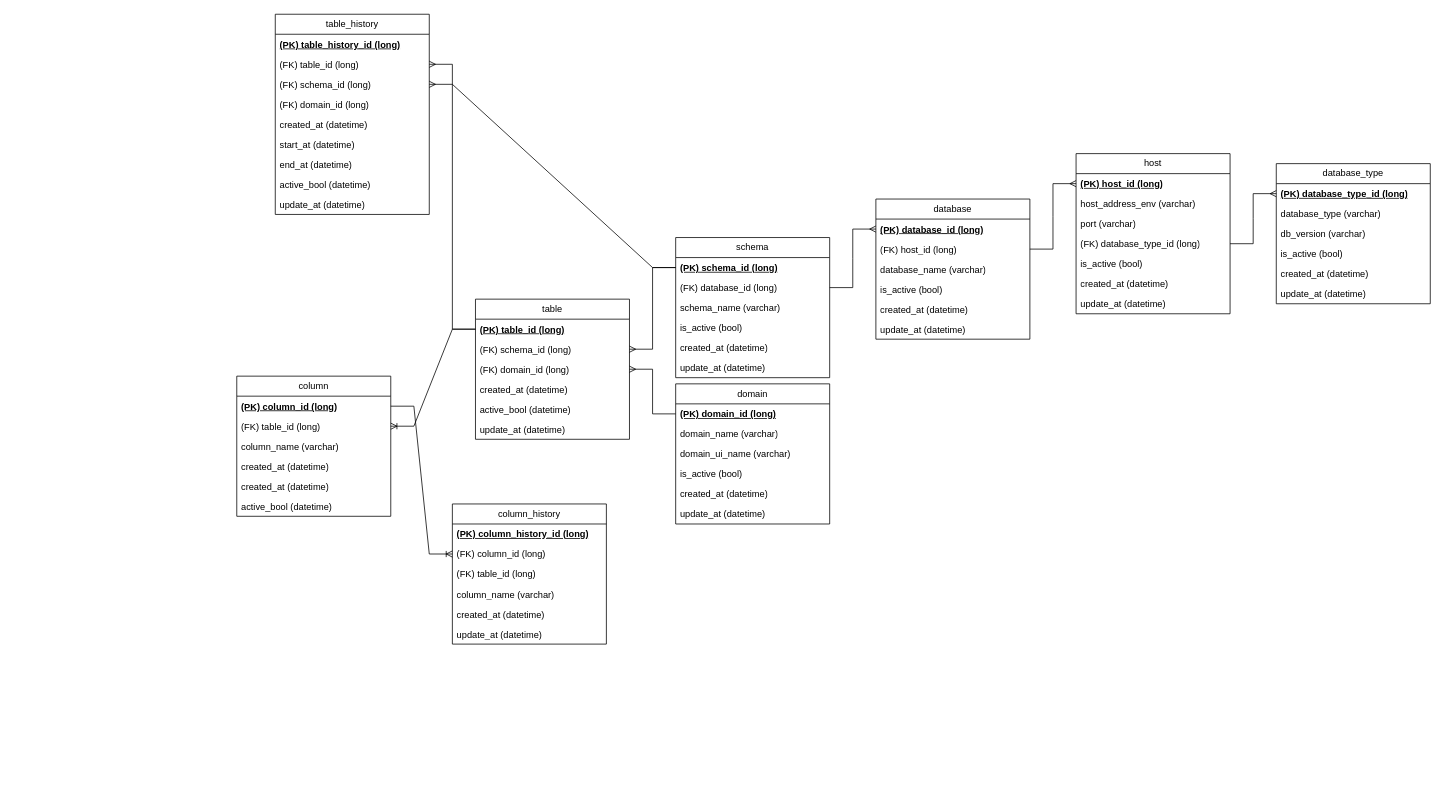
Before: page "database" (1 of 2) of diagrams/data-catalog.drawio in konstantin-suspitsyn/datacomrade, a draw.io diagram. Source tidied: cells renumbered, new cells numbered last; positions are measured from the earlier drawing's top-left corner, leaving out a move shared by most shapes. Both pictures are drawn from the tidied source at 77%, with x=0, y=0 at pixel (236, 14).
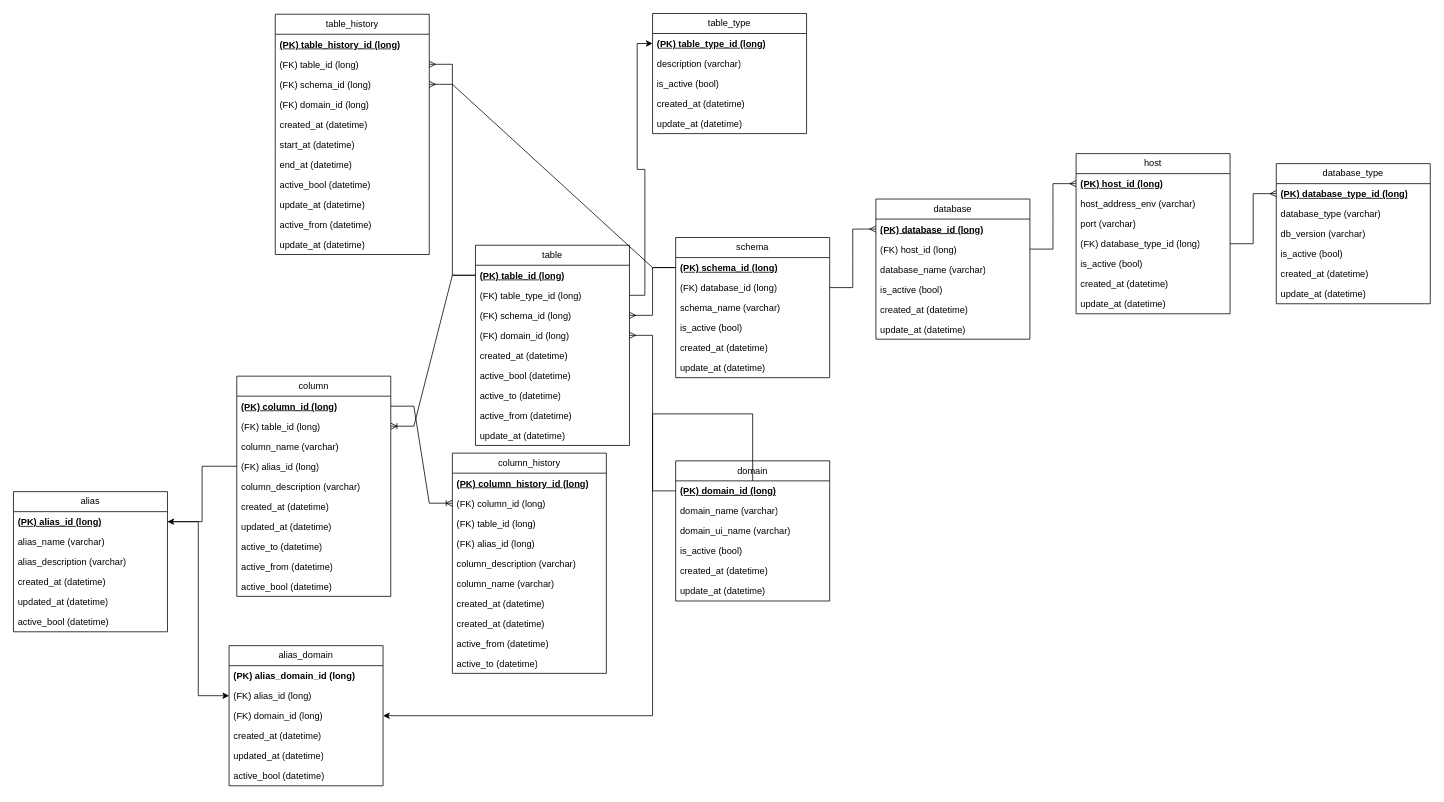
Above is the later version.

Commit message:
Updeated diagram

The change refers to these unchanged cells:
```xml
<mxCell id="3" value="&lt;span style=&quot;font-weight: 700; text-decoration-line: underline;&quot;&gt;(PK) domain_id (long)&lt;/span&gt;" style="text;strokeColor=none;fillColor=none;align=left;verticalAlign=top;spacingLeft=4;spacingRight=4;overflow=hidden;points=[[0,0.5],[1,0.5]];portConstraint=eastwest;whiteSpace=wrap;html=1;" parent="2" vertex="1">
  <mxGeometry y="26" width="200" height="26" as="geometry" />
</mxCell>
```

The edit, as a diff of the source:
```diff
@@
     <mxCell id="2" value="domain" style="swimlane;fontStyle=0;horizontal=1;startSize=26;fillColor=none;whiteSpace=wrap;html=1;" parent="1" vertex="1">
-      <mxGeometry x="570" y="480" width="200" height="182" as="geometry" />
+      <mxGeometry x="570" y="580" width="200" height="182" as="geometry" />
     </mxCell>
@@
     <mxCell id="41" value="table" style="swimlane;fontStyle=0;horizontal=1;startSize=26;fillColor=none;whiteSpace=wrap;html=1;" parent="1" vertex="1">
-      <mxGeometry x="310" y="370" width="200" height="182" as="geometry" />
+      <mxGeometry x="310" y="300" width="200" height="260" as="geometry" />
     </mxCell>
@@
+    <mxCell id="78" value="(FK) table_type_id (long)" style="text;strokeColor=none;fillColor=none;align=left;verticalAlign=top;spacingLeft=4;spacingRight=4;overflow=hidden;points=[[0,0.5],[1,0.5]];portConstraint=eastwest;whiteSpace=wrap;html=1;" parent="41" vertex="1">
+      <mxGeometry y="52" width="200" height="26" as="geometry" />
+    </mxCell>
     <mxCell id="43" value="(FK) schema_id (long)" style="text;strokeColor=none;fillColor=none;align=left;verticalAlign=top;spacingLeft=4;spacingRight=4;overflow=hidden;points=[[0,0.5],[1,0.5]];portConstraint=eastwest;whiteSpace=wrap;html=1;" parent="41" vertex="1">
-      <mxGeometry y="52" width="200" height="26" as="geometry" />
+      <mxGeometry y="78" width="200" height="26" as="geometry" />
     </mxCell>
     <mxCell id="44" value="(FK) domain_id (long)" style="text;strokeColor=none;fillColor=none;align=left;verticalAlign=top;spacingLeft=4;spacingRight=4;overflow=hidden;points=[[0,0.5],[1,0.5]];portConstraint=eastwest;whiteSpace=wrap;html=1;" parent="41" vertex="1">
-      <mxGeometry y="78" width="200" height="26" as="geometry" />
+      <mxGeometry y="104" width="200" height="26" as="geometry" />
     </mxCell>
     <mxCell id="45" value="created_at (datetime)" style="text;strokeColor=none;fillColor=none;align=left;verticalAlign=top;spacingLeft=4;spacingRight=4;overflow=hidden;whiteSpace=wrap;html=1;" parent="41" vertex="1">
-      <mxGeometry y="104" width="200" height="26" as="geometry" />
+      <mxGeometry y="130" width="200" height="26" as="geometry" />
     </mxCell>
     <mxCell id="46" value="active_bool (datetime)" style="text;strokeColor=none;fillColor=none;align=left;verticalAlign=top;spacingLeft=4;spacingRight=4;overflow=hidden;whiteSpace=wrap;html=1;" parent="41" vertex="1">
-      <mxGeometry y="130" width="200" height="26" as="geometry" />
+      <mxGeometry y="156" width="200" height="26" as="geometry" />
     </mxCell>
+    <mxCell id="79" value="active_to (datetime)" style="text;strokeColor=none;fillColor=none;align=left;verticalAlign=top;spacingLeft=4;spacingRight=4;overflow=hidden;whiteSpace=wrap;html=1;" parent="41" vertex="1">
+      <mxGeometry y="182" width="200" height="26" as="geometry" />
+    </mxCell>
+    <mxCell id="80" value="active_from (datetime)" style="text;strokeColor=none;fillColor=none;align=left;verticalAlign=top;spacingLeft=4;spacingRight=4;overflow=hidden;whiteSpace=wrap;html=1;" parent="41" vertex="1">
+      <mxGeometry y="208" width="200" height="26" as="geometry" />
+    </mxCell>
     <mxCell id="47" value="update_at (datetime)" style="text;strokeColor=none;fillColor=none;align=left;verticalAlign=top;spacingLeft=4;spacingRight=4;overflow=hidden;whiteSpace=wrap;html=1;" parent="41" vertex="1">
-      <mxGeometry y="156" width="200" height="26" as="geometry" />
+      <mxGeometry y="234" width="200" height="26" as="geometry" />
     </mxCell>
@@
     <mxCell id="49" value="table_history" style="swimlane;fontStyle=0;horizontal=1;startSize=26;fillColor=none;whiteSpace=wrap;html=1;" parent="1" vertex="1">
-      <mxGeometry x="50" width="200" height="260" as="geometry" />
+      <mxGeometry x="50" width="200" height="312" as="geometry" />
     </mxCell>
@@
+    <mxCell id="81" value="update_at (datetime)" style="text;strokeColor=none;fillColor=none;align=left;verticalAlign=top;spacingLeft=4;spacingRight=4;overflow=hidden;whiteSpace=wrap;html=1;" parent="49" vertex="1">
+      <mxGeometry y="234" width="200" height="26" as="geometry" />
+    </mxCell>
+    <mxCell id="82" value="active_from (datetime)" style="text;strokeColor=none;fillColor=none;align=left;verticalAlign=top;spacingLeft=4;spacingRight=4;overflow=hidden;whiteSpace=wrap;html=1;" parent="49" vertex="1">
+      <mxGeometry y="260" width="200" height="26" as="geometry" />
+    </mxCell>
     <mxCell id="58" value="update_at (datetime)" style="text;strokeColor=none;fillColor=none;align=left;verticalAlign=top;spacingLeft=4;spacingRight=4;overflow=hidden;whiteSpace=wrap;html=1;" parent="49" vertex="1">
-      <mxGeometry y="234" width="200" height="26" as="geometry" />
+      <mxGeometry y="286" width="200" height="26" as="geometry" />
     </mxCell>
@@
     <mxCell id="61" value="column" style="swimlane;fontStyle=0;horizontal=1;startSize=26;fillColor=none;whiteSpace=wrap;html=1;" parent="1" vertex="1">
-      <mxGeometry y="470" width="200" height="182" as="geometry" />
+      <mxGeometry y="470" width="200" height="286" as="geometry" />
     </mxCell>
@@
+    <mxCell id="83" value="column_name (varchar)" style="text;strokeColor=none;fillColor=none;align=left;verticalAlign=top;spacingLeft=4;spacingRight=4;overflow=hidden;whiteSpace=wrap;html=1;" parent="61" vertex="1">
+      <mxGeometry y="78" width="200" height="26" as="geometry" />
+    </mxCell>
-    <mxCell id="64" value="column_name (varchar)" style="text;strokeColor=none;fillColor=none;align=left;verticalAlign=top;spacingLeft=4;spacingRight=4;overflow=hidden;points=[[0,0.5],[1,0.5]];portConstraint=eastwest;whiteSpace=wrap;html=1;" parent="61" vertex="1">
-      <mxGeometry y="78" width="200" height="26" as="geometry" />
+    <mxCell id="64" value="(FK) alias_id (long)" style="text;strokeColor=none;fillColor=none;align=left;verticalAlign=top;spacingLeft=4;spacingRight=4;overflow=hidden;points=[[0,0.5],[1,0.5]];portConstraint=eastwest;whiteSpace=wrap;html=1;" parent="61" vertex="1">
+      <mxGeometry y="104" width="200" height="26" as="geometry" />
     </mxCell>
+    <mxCell id="84" value="column_description (varchar)" style="text;strokeColor=none;fillColor=none;align=left;verticalAlign=top;spacingLeft=4;spacingRight=4;overflow=hidden;whiteSpace=wrap;html=1;" parent="61" vertex="1">
+      <mxGeometry y="130" width="200" height="26" as="geometry" />
+    </mxCell>
     <mxCell id="65" value="created_at (datetime)" style="text;strokeColor=none;fillColor=none;align=left;verticalAlign=top;spacingLeft=4;spacingRight=4;overflow=hidden;whiteSpace=wrap;html=1;" parent="61" vertex="1">
-      <mxGeometry y="104" width="200" height="26" as="geometry" />
+      <mxGeometry y="156" width="200" height="26" as="geometry" />
     </mxCell>
-    <mxCell id="66" value="created_at (datetime)" style="text;strokeColor=none;fillColor=none;align=left;verticalAlign=top;spacingLeft=4;spacingRight=4;overflow=hidden;whiteSpace=wrap;html=1;" parent="61" vertex="1">
-      <mxGeometry y="130" width="200" height="26" as="geometry" />
+    <mxCell id="66" value="updated_at (datetime)" style="text;strokeColor=none;fillColor=none;align=left;verticalAlign=top;spacingLeft=4;spacingRight=4;overflow=hidden;whiteSpace=wrap;html=1;" parent="61" vertex="1">
+      <mxGeometry y="182" width="200" height="26" as="geometry" />
     </mxCell>
+    <mxCell id="85" value="active_to (datetime)" style="text;strokeColor=none;fillColor=none;align=left;verticalAlign=top;spacingLeft=4;spacingRight=4;overflow=hidden;whiteSpace=wrap;html=1;" parent="61" vertex="1">
+      <mxGeometry y="208" width="200" height="26" as="geometry" />
+    </mxCell>
+    <mxCell id="86" value="active_from (datetime)" style="text;strokeColor=none;fillColor=none;align=left;verticalAlign=top;spacingLeft=4;spacingRight=4;overflow=hidden;whiteSpace=wrap;html=1;" parent="61" vertex="1">
+      <mxGeometry y="234" width="200" height="26" as="geometry" />
+    </mxCell>
     <mxCell id="67" value="active_bool (datetime)" style="text;strokeColor=none;fillColor=none;align=left;verticalAlign=top;spacingLeft=4;spacingRight=4;overflow=hidden;whiteSpace=wrap;html=1;" parent="61" vertex="1">
-      <mxGeometry y="156" width="200" height="26" as="geometry" />
+      <mxGeometry y="260" width="200" height="26" as="geometry" />
     </mxCell>
@@
     <mxCell id="70" value="column_history" style="swimlane;fontStyle=0;horizontal=1;startSize=26;fillColor=none;whiteSpace=wrap;html=1;" parent="1" vertex="1">
-      <mxGeometry x="280" y="636" width="200" height="182" as="geometry" />
+      <mxGeometry x="280" y="570" width="200" height="286" as="geometry" />
     </mxCell>
@@
+    <mxCell id="87" value="(FK) alias_id (long)" style="text;strokeColor=none;fillColor=none;align=left;verticalAlign=top;spacingLeft=4;spacingRight=4;overflow=hidden;whiteSpace=wrap;html=1;" parent="70" vertex="1">
+      <mxGeometry y="104" width="200" height="26" as="geometry" />
+    </mxCell>
+    <mxCell id="88" value="column_description (varchar)" style="text;strokeColor=none;fillColor=none;align=left;verticalAlign=top;spacingLeft=4;spacingRight=4;overflow=hidden;whiteSpace=wrap;html=1;" parent="70" vertex="1">
+      <mxGeometry y="130" width="200" height="26" as="geometry" />
+    </mxCell>
     <mxCell id="74" value="column_name (varchar)" style="text;strokeColor=none;fillColor=none;align=left;verticalAlign=top;spacingLeft=4;spacingRight=4;overflow=hidden;whiteSpace=wrap;html=1;" parent="70" vertex="1">
-      <mxGeometry y="104" width="200" height="26" as="geometry" />
+      <mxGeometry y="156" width="200" height="26" as="geometry" />
     </mxCell>
     <mxCell id="75" value="created_at (datetime)" style="text;strokeColor=none;fillColor=none;align=left;verticalAlign=top;spacingLeft=4;spacingRight=4;overflow=hidden;whiteSpace=wrap;html=1;" parent="70" vertex="1">
-      <mxGeometry y="130" width="200" height="26" as="geometry" />
+      <mxGeometry y="182" width="200" height="26" as="geometry" />
     </mxCell>
+    <mxCell id="89" value="created_at (datetime)" style="text;strokeColor=none;fillColor=none;align=left;verticalAlign=top;spacingLeft=4;spacingRight=4;overflow=hidden;whiteSpace=wrap;html=1;" parent="70" vertex="1">
+      <mxGeometry y="208" width="200" height="26" as="geometry" />
+    </mxCell>
-    <mxCell id="76" value="update_at (datetime)" style="text;strokeColor=none;fillColor=none;align=left;verticalAlign=top;spacingLeft=4;spacingRight=4;overflow=hidden;whiteSpace=wrap;html=1;" parent="70" vertex="1">
-      <mxGeometry y="156" width="200" height="26" as="geometry" />
+    <mxCell id="76" value="active_from (datetime)" style="text;strokeColor=none;fillColor=none;align=left;verticalAlign=top;spacingLeft=4;spacingRight=4;overflow=hidden;whiteSpace=wrap;html=1;" parent="70" vertex="1">
+      <mxGeometry y="234" width="200" height="26" as="geometry" />
     </mxCell>
+    <mxCell id="90" value="active_to (datetime)" style="text;strokeColor=none;fillColor=none;align=left;verticalAlign=top;spacingLeft=4;spacingRight=4;overflow=hidden;whiteSpace=wrap;html=1;" parent="70" vertex="1">
+      <mxGeometry y="260" width="200" height="26" as="geometry" />
+    </mxCell>
@@
+    <mxCell id="91" value="alias" style="swimlane;fontStyle=0;horizontal=1;startSize=26;fillColor=none;whiteSpace=wrap;html=1;" parent="1" vertex="1">
+      <mxGeometry x="-290" y="620" width="200" height="182" as="geometry" />
+    </mxCell>
+    <mxCell id="92" value="&lt;span style=&quot;font-weight: 700; text-decoration-line: underline;&quot;&gt;(PK) alias_id (long)&lt;/span&gt;" style="text;strokeColor=none;fillColor=none;align=left;verticalAlign=top;spacingLeft=4;spacingRight=4;overflow=hidden;points=[[0,0.5],[1,0.5]];portConstraint=eastwest;whiteSpace=wrap;html=1;" parent="91" vertex="1">
+      <mxGeometry y="26" width="200" height="26" as="geometry" />
+    </mxCell>
+    <mxCell id="93" value="alias_name (varchar)" style="text;strokeColor=none;fillColor=none;align=left;verticalAlign=top;spacingLeft=4;spacingRight=4;overflow=hidden;whiteSpace=wrap;html=1;" parent="91" vertex="1">
+      <mxGeometry y="52" width="200" height="26" as="geometry" />
+    </mxCell>
+    <mxCell id="94" value="alias_description (varchar)" style="text;strokeColor=none;fillColor=none;align=left;verticalAlign=top;spacingLeft=4;spacingRight=4;overflow=hidden;whiteSpace=wrap;html=1;" parent="91" vertex="1">
+      <mxGeometry y="78" width="200" height="26" as="geometry" />
+    </mxCell>
+    <mxCell id="95" value="created_at (datetime)" style="text;strokeColor=none;fillColor=none;align=left;verticalAlign=top;spacingLeft=4;spacingRight=4;overflow=hidden;whiteSpace=wrap;html=1;" parent="91" vertex="1">
+      <mxGeometry y="104" width="200" height="26" as="geometry" />
+    </mxCell>
+    <mxCell id="96" value="updated_at (datetime)" style="text;strokeColor=none;fillColor=none;align=left;verticalAlign=top;spacingLeft=4;spacingRight=4;overflow=hidden;whiteSpace=wrap;html=1;" parent="91" vertex="1">
+      <mxGeometry y="130" width="200" height="26" as="geometry" />
+    </mxCell>
+    <mxCell id="97" value="active_bool (datetime)" style="text;strokeColor=none;fillColor=none;align=left;verticalAlign=top;spacingLeft=4;spacingRight=4;overflow=hidden;whiteSpace=wrap;html=1;" parent="91" vertex="1">
+      <mxGeometry y="156" width="200" height="26" as="geometry" />
+    </mxCell>
+    <mxCell id="98" style="edgeStyle=orthogonalEdgeStyle;rounded=0;jettySize=auto;html=1;entryX=1;entryY=0.5;entryDx=0;entryDy=0;" parent="1" edge="1" source="64" target="92">
+      <mxGeometry relative="1" as="geometry" />
+    </mxCell>
+    <mxCell id="99" value="alias_domain" style="swimlane;fontStyle=0;horizontal=1;startSize=26;fillColor=none;whiteSpace=wrap;html=1;" parent="1" vertex="1">
+      <mxGeometry x="-10" y="820" width="200" height="182" as="geometry" />
+    </mxCell>
+    <mxCell id="100" value="&lt;b&gt;(PK)&amp;nbsp;&lt;span style=&quot;text-align: center;&quot;&gt;alias_domain&lt;/span&gt;_id (long)&lt;/b&gt;" style="text;strokeColor=none;fillColor=none;align=left;verticalAlign=top;spacingLeft=4;spacingRight=4;overflow=hidden;whiteSpace=wrap;html=1;" parent="99" vertex="1">
+      <mxGeometry y="26" width="200" height="26" as="geometry" />
+    </mxCell>
+    <mxCell id="101" value="(FK) alias_id (long)" style="text;strokeColor=none;fillColor=none;align=left;verticalAlign=top;spacingLeft=4;spacingRight=4;overflow=hidden;points=[[0,0.5],[1,0.5]];portConstraint=eastwest;whiteSpace=wrap;html=1;" parent="99" vertex="1">
+      <mxGeometry y="52" width="200" height="26" as="geometry" />
+    </mxCell>
+    <mxCell id="102" value="(FK) domain_id (long)" style="text;strokeColor=none;fillColor=none;align=left;verticalAlign=top;spacingLeft=4;spacingRight=4;overflow=hidden;points=[[0,0.5],[1,0.5]];portConstraint=eastwest;whiteSpace=wrap;html=1;" parent="99" vertex="1">
+      <mxGeometry y="78" width="200" height="26" as="geometry" />
+    </mxCell>
+    <mxCell id="103" value="created_at (datetime)" style="text;strokeColor=none;fillColor=none;align=left;verticalAlign=top;spacingLeft=4;spacingRight=4;overflow=hidden;whiteSpace=wrap;html=1;" parent="99" vertex="1">
+      <mxGeometry y="104" width="200" height="26" as="geometry" />
+    </mxCell>
+    <mxCell id="104" value="updated_at (datetime)" style="text;strokeColor=none;fillColor=none;align=left;verticalAlign=top;spacingLeft=4;spacingRight=4;overflow=hidden;whiteSpace=wrap;html=1;" parent="99" vertex="1">
+      <mxGeometry y="130" width="200" height="26" as="geometry" />
+    </mxCell>
+    <mxCell id="105" value="active_bool (datetime)" style="text;strokeColor=none;fillColor=none;align=left;verticalAlign=top;spacingLeft=4;spacingRight=4;overflow=hidden;whiteSpace=wrap;html=1;" parent="99" vertex="1">
+      <mxGeometry y="156" width="200" height="26" as="geometry" />
+    </mxCell>
+    <mxCell id="106" style="edgeStyle=orthogonalEdgeStyle;rounded=0;jettySize=auto;html=1;entryX=0;entryY=0.5;entryDx=0;entryDy=0;" parent="1" edge="1" source="92" target="101">
+      <mxGeometry relative="1" as="geometry" />
+    </mxCell>
+    <mxCell id="107" style="edgeStyle=orthogonalEdgeStyle;rounded=0;jettySize=auto;html=1;" parent="1" edge="1" source="3" target="102">
+      <mxGeometry relative="1" as="geometry">
+        <Array as="points">
+          <mxPoint x="540" y="519" />
+          <mxPoint x="540" y="911" />
+        </Array>
+      </mxGeometry>
+    </mxCell>
+    <mxCell id="108" value="table_type" style="swimlane;fontStyle=0;horizontal=1;startSize=26;fillColor=none;whiteSpace=wrap;html=1;" parent="1" vertex="1">
+      <mxGeometry x="540" y="-1" width="200" height="156" as="geometry" />
+    </mxCell>
+    <mxCell id="109" value="&lt;span style=&quot;font-weight: 700; text-decoration-line: underline;&quot;&gt;(PK) table_type_id (long)&lt;/span&gt;" style="text;strokeColor=none;fillColor=none;align=left;verticalAlign=top;spacingLeft=4;spacingRight=4;overflow=hidden;points=[[0,0.5],[1,0.5]];portConstraint=eastwest;whiteSpace=wrap;html=1;" parent="108" vertex="1">
+      <mxGeometry y="26" width="200" height="26" as="geometry" />
+    </mxCell>
+    <mxCell id="110" value="description (varchar)" style="text;strokeColor=none;fillColor=none;align=left;verticalAlign=top;spacingLeft=4;spacingRight=4;overflow=hidden;whiteSpace=wrap;html=1;" parent="108" vertex="1">
+      <mxGeometry y="52" width="200" height="26" as="geometry" />
+    </mxCell>
+    <mxCell id="111" value="is_active (bool)" style="text;strokeColor=none;fillColor=none;align=left;verticalAlign=top;spacingLeft=4;spacingRight=4;overflow=hidden;whiteSpace=wrap;html=1;" parent="108" vertex="1">
+      <mxGeometry y="78" width="200" height="26" as="geometry" />
+    </mxCell>
+    <mxCell id="112" value="created_at (datetime)" style="text;strokeColor=none;fillColor=none;align=left;verticalAlign=top;spacingLeft=4;spacingRight=4;overflow=hidden;whiteSpace=wrap;html=1;" parent="108" vertex="1">
+      <mxGeometry y="104" width="200" height="26" as="geometry" />
+    </mxCell>
+    <mxCell id="113" value="update_at (datetime)" style="text;strokeColor=none;fillColor=none;align=left;verticalAlign=top;spacingLeft=4;spacingRight=4;overflow=hidden;whiteSpace=wrap;html=1;" parent="108" vertex="1">
+      <mxGeometry y="130" width="200" height="26" as="geometry" />
+    </mxCell>
+    <mxCell id="114" style="edgeStyle=orthogonalEdgeStyle;rounded=0;jettySize=auto;html=1;entryX=0;entryY=0.5;entryDx=0;entryDy=0;" parent="1" edge="1" source="78" target="109">
+      <mxGeometry relative="1" as="geometry" />
+    </mxCell>
```
